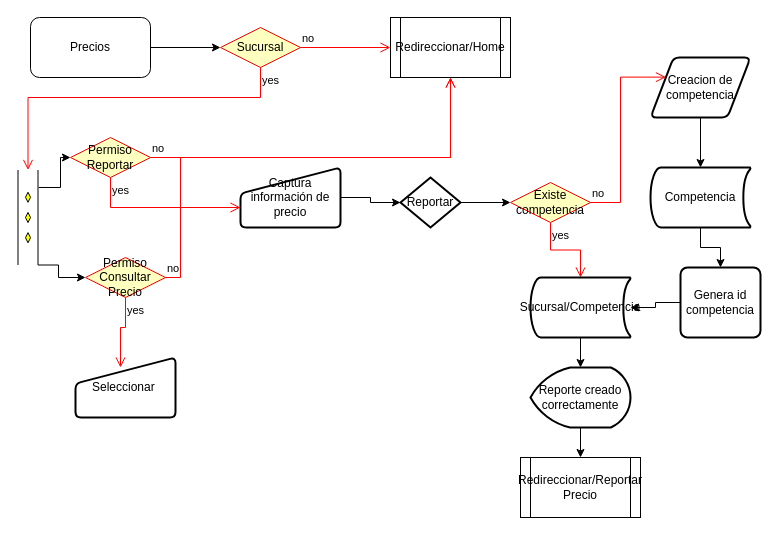
Before: page "Precios" (6 of 6) of Proyecto.drawio in rrpovando/ProyectoDB, a draw.io diagram. Source tidied: cells renumbered, new cells numbered last; positions are measured from the earlier drawing's top-left corner, leaving out a move shared by most shapes. Both pictures are drawn from the tidied source at 100%, with x=0, y=0 at pixel (-20, 17).
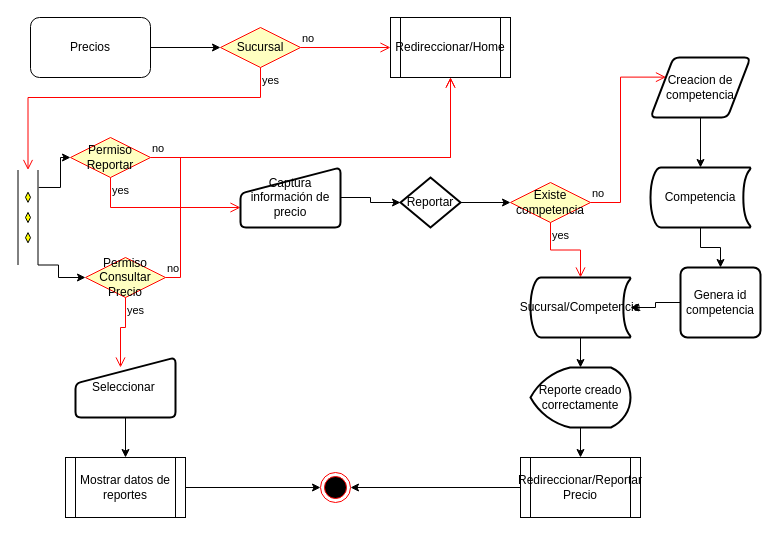
The same page after the edit.

Unchanged cells that the change refers to:
```xml
<mxCell id="31" value="Redireccionar/Reportar Precio" style="shape=process;whiteSpace=wrap;html=1;backgroundOutline=1;size=0.08333333333333333;" parent="1" vertex="1">
  <mxGeometry x="540" y="440" width="120" height="60" as="geometry" />
</mxCell>
<mxCell id="35" value="Seleccionar&amp;nbsp;" style="html=1;strokeWidth=2;shape=manualInput;whiteSpace=wrap;rounded=1;size=26;arcSize=11;" parent="1" vertex="1">
  <mxGeometry x="95" y="340" width="100" height="60" as="geometry" />
</mxCell>
```

Diff of the diagram source:
```diff
@@
+    <mxCell id="36" style="edgeStyle=orthogonalEdgeStyle;rounded=0;jettySize=auto;html=1;" parent="1" edge="1" source="31" target="40">
+      <mxGeometry relative="1" as="geometry" />
+    </mxCell>
@@
+    <mxCell id="37" style="edgeStyle=orthogonalEdgeStyle;rounded=0;jettySize=auto;html=1;" parent="1" edge="1" source="35" target="39">
+      <mxGeometry relative="1" as="geometry" />
+    </mxCell>
@@
+    <mxCell id="38" style="edgeStyle=orthogonalEdgeStyle;rounded=0;jettySize=auto;html=1;" parent="1" edge="1" source="39" target="40">
+      <mxGeometry relative="1" as="geometry" />
+    </mxCell>
+    <mxCell id="39" value="Mostrar datos de reportes" style="shape=process;whiteSpace=wrap;html=1;backgroundOutline=1;size=0.08333333333333333;" parent="1" vertex="1">
+      <mxGeometry x="85" y="440" width="120" height="60" as="geometry" />
+    </mxCell>
+    <mxCell id="40" style="ellipse;html=1;shape=endState;fillColor=#000000;strokeColor=#ff0000;" parent="1" vertex="1">
+      <mxGeometry x="340" y="455" width="30" height="30" as="geometry" />
+    </mxCell>
```
